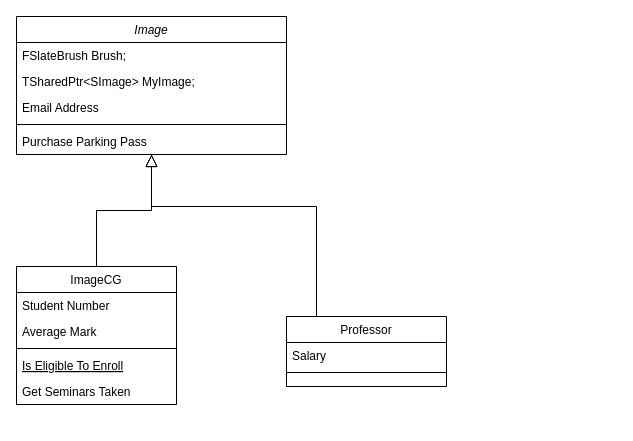
Before: 未命名绘图.drawio in LuciusJay/DiagramDrawIO, a draw.io diagram. Source tidied: cells renumbered, new cells numbered last; positions are measured from the earlier drawing's top-left corner, leaving out a move shared by most shapes. Both pictures are drawn from the tidied source at 100%, with x=0, y=0 at pixel (16, 16).
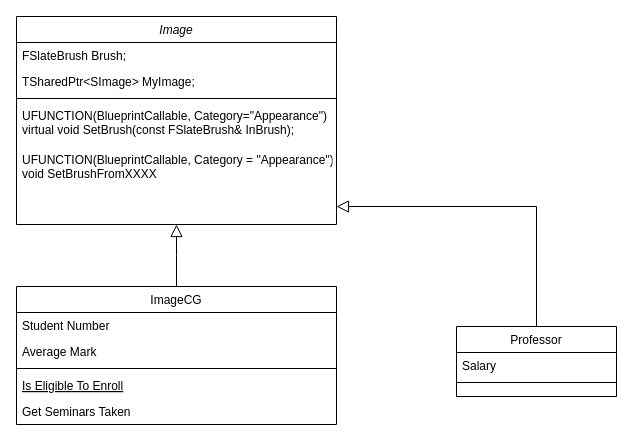
After the change.

Commit message:
更新未命名绘图.drawio

Diff of the diagram source:
```diff
@@
     <mxCell id="2" value="Image" style="swimlane;fontStyle=2;align=center;verticalAlign=top;horizontal=1;startSize=26;rounded=0;shadow=0;strokeWidth=1;" parent="1" vertex="1">
-      <mxGeometry width="270" height="138" as="geometry" />
+      <mxGeometry width="320" height="208" as="geometry" />
     </mxCell>
     <mxCell id="3" value="FSlateBrush Brush;" style="text;align=left;verticalAlign=top;spacingLeft=4;spacingRight=4;overflow=hidden;" parent="2" vertex="1">
-      <mxGeometry y="26" width="270" height="26" as="geometry" />
+      <mxGeometry y="26" width="320" height="26" as="geometry" />
     </mxCell>
     <mxCell id="4" value="TSharedPtr&lt;SImage&gt; MyImage;" style="text;align=left;verticalAlign=top;spacingLeft=4;spacingRight=4;overflow=hidden;rounded=0;shadow=0;html=0;" parent="2" vertex="1">
-      <mxGeometry y="52" width="270" height="26" as="geometry" />
+      <mxGeometry y="52" width="320" height="26" as="geometry" />
     </mxCell>
-    <mxCell id="5" value="Email Address" style="text;align=left;verticalAlign=top;spacingLeft=4;spacingRight=4;overflow=hidden;rounded=0;shadow=0;html=0;" parent="2" vertex="1">
-      <mxGeometry y="78" width="270" height="26" as="geometry" />
-    </mxCell>
     <mxCell id="6" style="line;html=1;strokeWidth=1;align=left;verticalAlign=middle;spacingTop=-1;spacingLeft=3;spacingRight=3;labelPosition=right;" parent="2" vertex="1">
-      <mxGeometry y="104" width="270" height="8" as="geometry" />
+      <mxGeometry y="78" width="320" height="8" as="geometry" />
     </mxCell>
-    <mxCell id="7" value="Purchase Parking Pass" style="text;align=left;verticalAlign=top;spacingLeft=4;spacingRight=4;overflow=hidden;" parent="2" vertex="1">
-      <mxGeometry y="112" width="270" height="26" as="geometry" />
+    <mxCell id="7" value=" UFUNCTION(BlueprintCallable, Category=&quot;Appearance&quot;)&#10; virtual void SetBrush(const FSlateBrush&amp; InBrush);" style="text;align=left;verticalAlign=top;spacingLeft=4;spacingRight=4;overflow=hidden;" parent="2" vertex="1">
+      <mxGeometry y="86" width="320" height="44" as="geometry" />
     </mxCell>
+    <mxCell id="19" value=" UFUNCTION(BlueprintCallable, Category = &quot;Appearance&quot;)&#10; void SetBrushFromXXXX" style="text;align=left;verticalAlign=top;spacingLeft=4;spacingRight=4;overflow=hidden;" parent="2" vertex="1">
+      <mxGeometry y="130" width="320" height="60" as="geometry" />
+    </mxCell>
     <mxCell id="8" value="ImageCG" style="swimlane;fontStyle=0;align=center;verticalAlign=top;horizontal=1;startSize=26;rounded=0;shadow=0;strokeWidth=1;" parent="1" vertex="1">
-      <mxGeometry y="250" width="160" height="138" as="geometry" />
+      <mxGeometry y="270" width="320" height="138" as="geometry" />
     </mxCell>
     <mxCell id="9" value="Student Number" style="text;align=left;verticalAlign=top;spacingLeft=4;spacingRight=4;overflow=hidden;" parent="8" vertex="1">
-      <mxGeometry y="26" width="160" height="26" as="geometry" />
+      <mxGeometry y="26" width="320" height="26" as="geometry" />
     </mxCell>
     <mxCell id="10" value="Average Mark" style="text;align=left;verticalAlign=top;spacingLeft=4;spacingRight=4;overflow=hidden;rounded=0;shadow=0;html=0;" parent="8" vertex="1">
-      <mxGeometry y="52" width="160" height="26" as="geometry" />
+      <mxGeometry y="52" width="320" height="26" as="geometry" />
     </mxCell>
     <mxCell id="11" style="line;html=1;strokeWidth=1;align=left;verticalAlign=middle;spacingTop=-1;spacingLeft=3;spacingRight=3;labelPosition=right;" parent="8" vertex="1">
-      <mxGeometry y="78" width="160" height="8" as="geometry" />
+      <mxGeometry y="78" width="320" height="8" as="geometry" />
     </mxCell>
     <mxCell id="12" value="Is Eligible To Enroll" style="text;align=left;verticalAlign=top;spacingLeft=4;spacingRight=4;overflow=hidden;fontStyle=4;" parent="8" vertex="1">
-      <mxGeometry y="86" width="160" height="26" as="geometry" />
+      <mxGeometry y="86" width="320" height="26" as="geometry" />
     </mxCell>
     <mxCell id="13" value="Get Seminars Taken" style="text;align=left;verticalAlign=top;spacingLeft=4;spacingRight=4;overflow=hidden;" parent="8" vertex="1">
-      <mxGeometry y="112" width="160" height="26" as="geometry" />
+      <mxGeometry y="112" width="320" height="26" as="geometry" />
     </mxCell>
@@
     <mxCell id="15" value="Professor" style="swimlane;fontStyle=0;align=center;verticalAlign=top;horizontal=1;startSize=26;rounded=0;shadow=0;strokeWidth=1;" parent="1" vertex="1">
-      <mxGeometry x="270" y="300" width="160" height="70" as="geometry" />
+      <mxGeometry x="440" y="310" width="160" height="70" as="geometry" />
     </mxCell>
```
